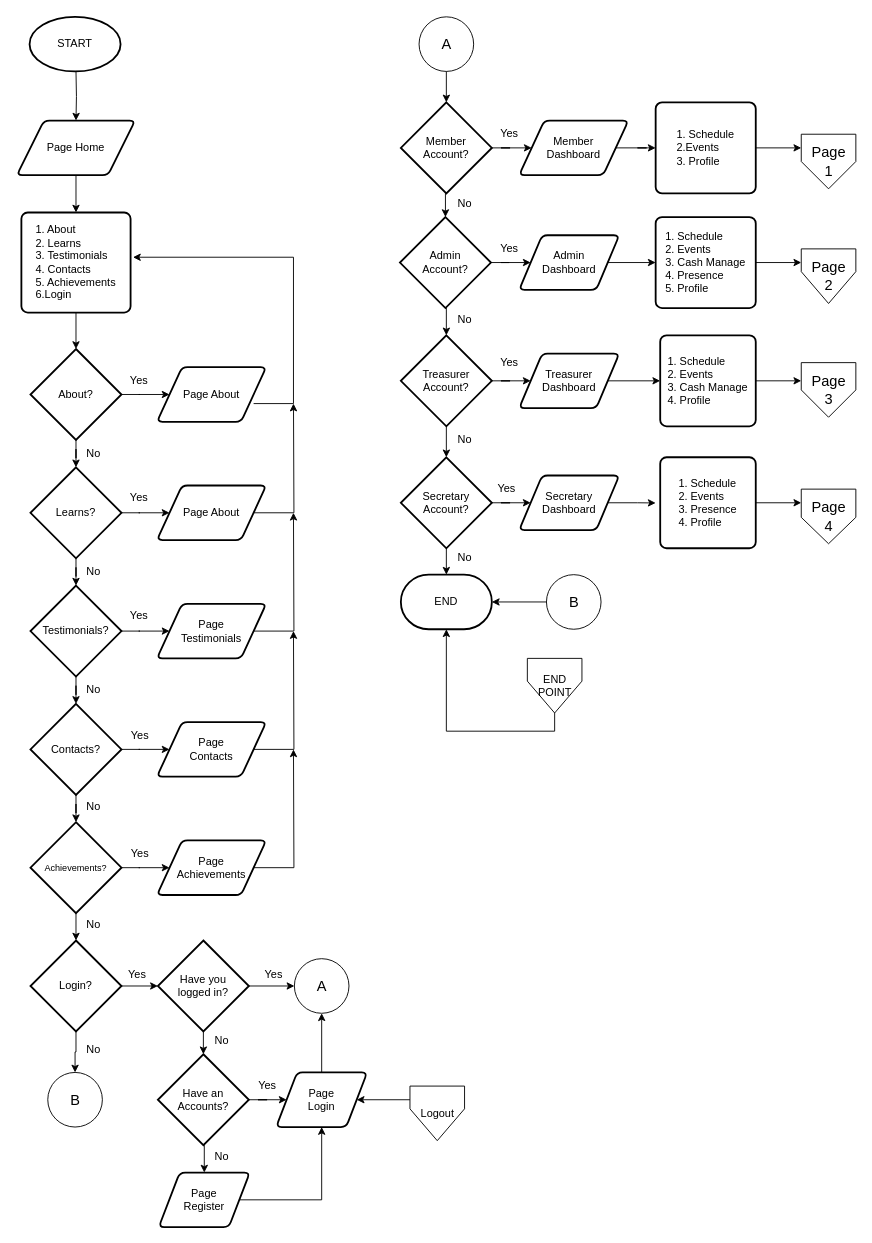
dapzz-id/DrawIO keeps this draw.io diagram as Syntax-Web.drawio. Above is the earlier version. Source tidied: cells renumbered, new cells numbered last; positions are measured from the earlier drawing's top-left corner, leaving out a move shared by most shapes. Both pictures are drawn from the tidied source at 91%, with x=0, y=0 at pixel (16, 16).
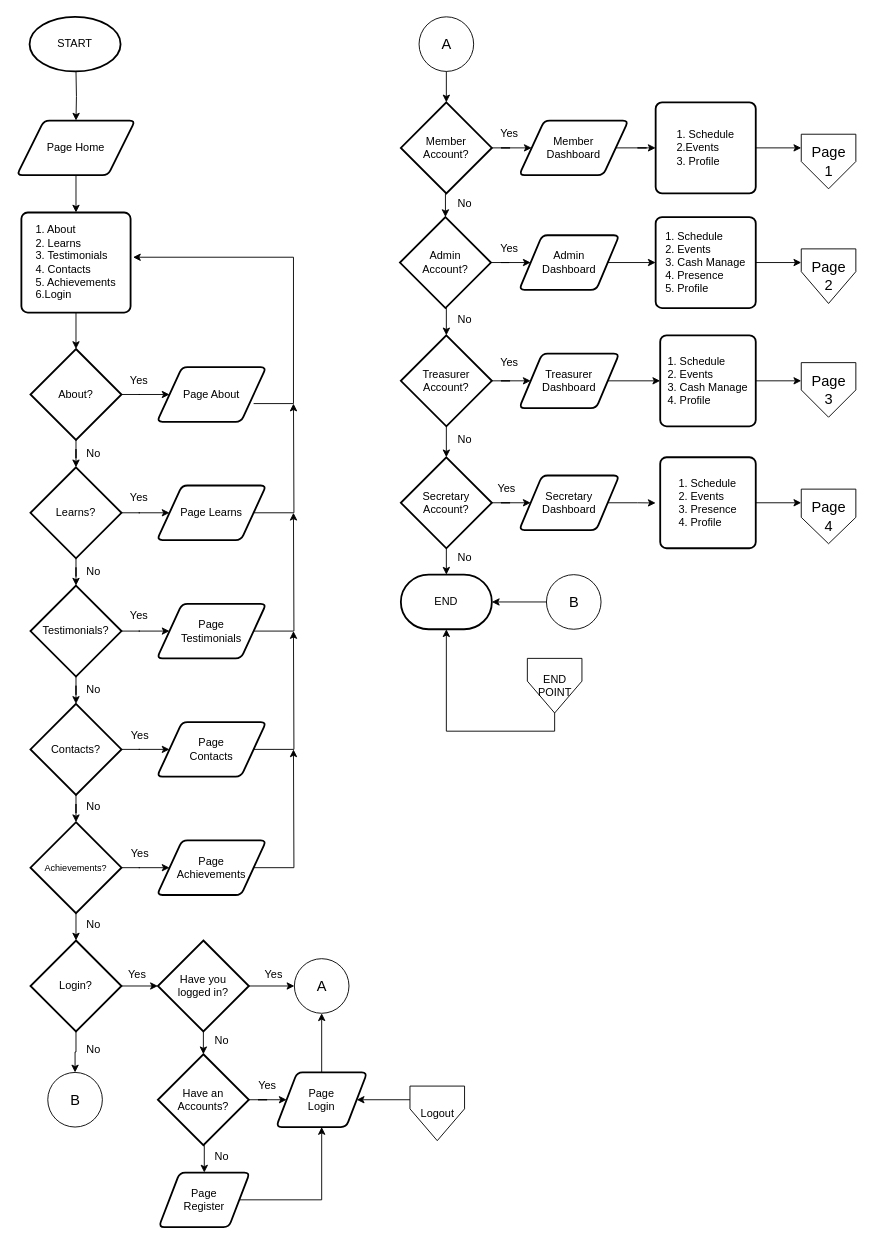
The same page after the edit.

Diff of the diagram source:
```diff
@@
-    <mxCell id="32" value="Page About" style="shape=parallelogram;html=1;strokeWidth=2;perimeter=parallelogramPerimeter;whiteSpace=wrap;rounded=1;arcSize=12;size=0.23;labelBorderColor=none;" parent="1" vertex="1">
+    <mxCell id="32" value="Page Learns" style="shape=parallelogram;html=1;strokeWidth=2;perimeter=parallelogramPerimeter;whiteSpace=wrap;rounded=1;arcSize=12;size=0.23;labelBorderColor=none;" parent="1" vertex="1">
       <mxGeometry x="154" y="515" width="120" height="60" as="geometry" />
     </mxCell>
```
